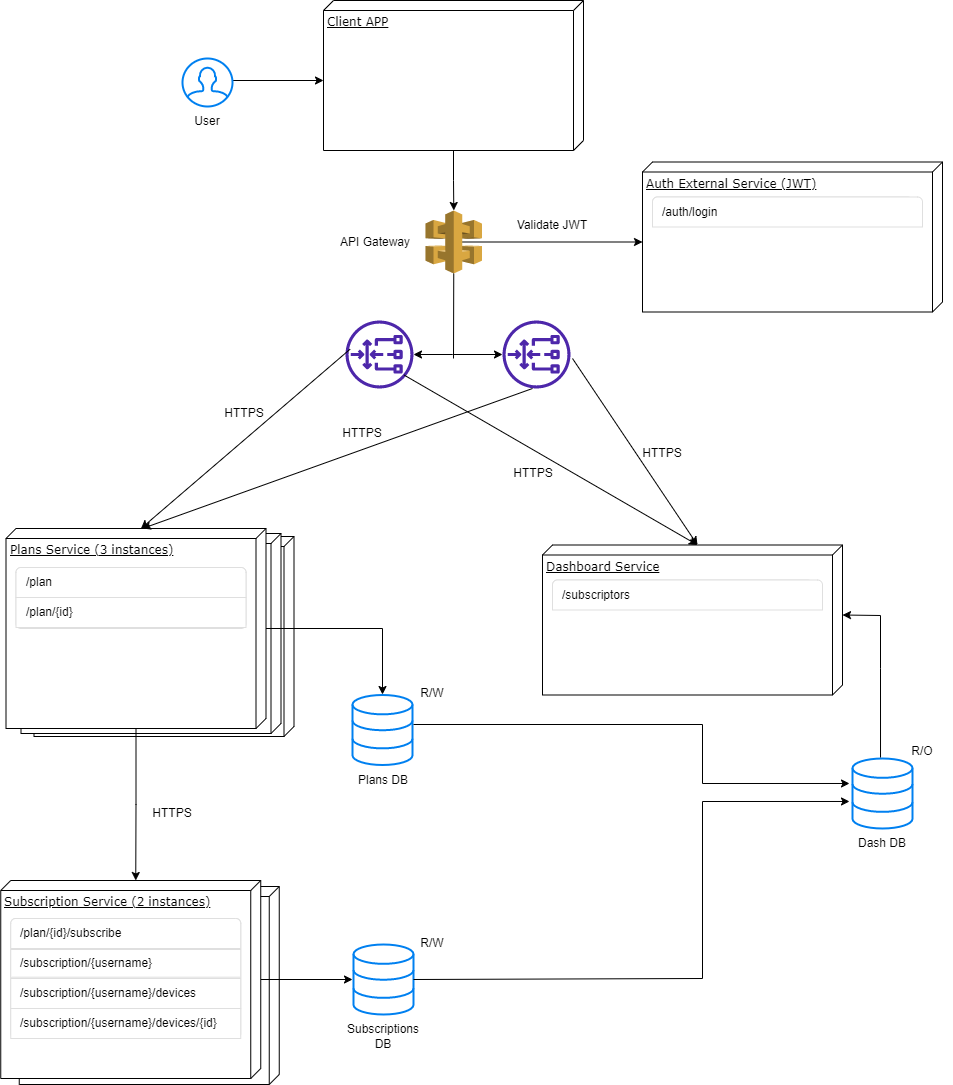
Before: docs/architecture.drawio.png, a diagram exported from draw.io (JoaoBruno09/los-bandoleros). Source tidied: cells renumbered, new cells last; positions are measured from the earlier drawing's top-left corner, leaving out a move shared by most shapes.
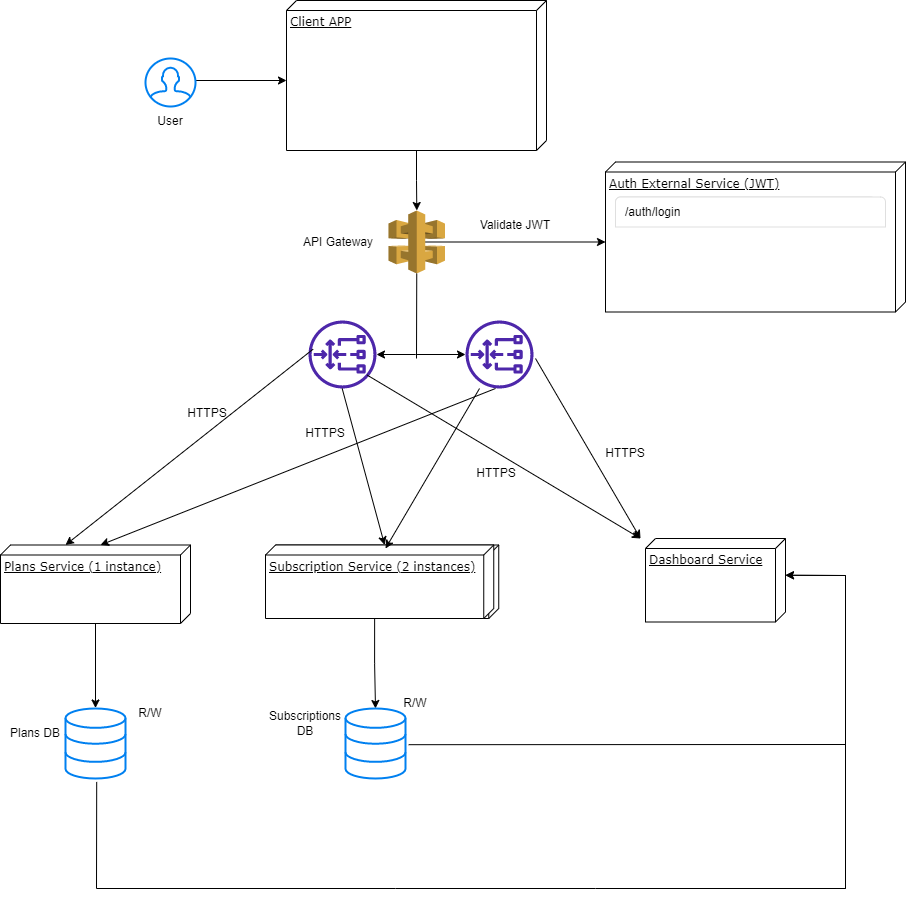
After the commit.

Diff of the diagram source:
```diff
@@ -3,22 +3,13 @@
     <mxCell id="0" />
     <mxCell id="1" parent="0" />
     <mxCell id="2" style="verticalAlign=top;align=left;spacingTop=8;spacingLeft=2;spacingRight=12;shape=cube;size=10;direction=south;fontStyle=4;html=1;rounded=0;shadow=0;comic=0;labelBackgroundColor=none;strokeWidth=1;fontFamily=Verdana;fontSize=12;" parent="1" vertex="1">
-      <mxGeometry x="18.8" y="886" width="260" height="198" as="geometry" />
+      <mxGeometry x="303" y="544.5" width="232.2" height="73.5" as="geometry" />
     </mxCell>
-    <mxCell id="3" style="verticalAlign=top;align=left;spacingTop=8;spacingLeft=2;spacingRight=12;shape=cube;size=10;direction=south;fontStyle=4;html=1;rounded=0;shadow=0;comic=0;labelBackgroundColor=none;strokeWidth=1;fontFamily=Verdana;fontSize=12;" parent="1" vertex="1">
-      <mxGeometry x="33.5" y="536" width="260" height="200" as="geometry" />
-    </mxCell>
-    <mxCell id="4" value="Plans Service" style="verticalAlign=top;align=left;spacingTop=8;spacingLeft=2;spacingRight=12;shape=cube;size=10;direction=south;fontStyle=4;html=1;rounded=0;shadow=0;comic=0;labelBackgroundColor=none;strokeWidth=1;fontFamily=Verdana;fontSize=12;" parent="1" vertex="1">
-      <mxGeometry x="20.5" y="533" width="260" height="200" as="geometry" />
-    </mxCell>
-    <mxCell id="5" style="edgeStyle=orthogonalEdgeStyle;rounded=0;jettySize=auto;html=1;entryX=0;entryY=0;entryDx=0;entryDy=125;entryPerimeter=0;" parent="1" edge="1" source="7" target="12">
-      <mxGeometry relative="1" as="geometry" />
-    </mxCell>
     <mxCell id="6" style="edgeStyle=orthogonalEdgeStyle;rounded=0;jettySize=auto;html=1;entryX=0.5;entryY=-0.007;entryDx=0;entryDy=0;entryPerimeter=0;" parent="1" edge="1" source="7" target="48">
       <mxGeometry relative="1" as="geometry" />
     </mxCell>
-    <mxCell id="7" value="Plans Service (3 instances)" style="verticalAlign=top;align=left;spacingTop=8;spacingLeft=2;spacingRight=12;shape=cube;size=10;direction=south;fontStyle=4;html=1;rounded=0;shadow=0;comic=0;labelBackgroundColor=none;strokeWidth=1;fontFamily=Verdana;fontSize=12;" parent="1" vertex="1">
-      <mxGeometry x="5.5" y="528" width="260" height="200" as="geometry" />
+    <mxCell id="7" value="Plans Service (1 instance)" style="verticalAlign=top;align=left;spacingTop=8;spacingLeft=2;spacingRight=12;shape=cube;size=10;direction=south;fontStyle=4;html=1;rounded=0;shadow=0;comic=0;labelBackgroundColor=none;strokeWidth=1;fontFamily=Verdana;fontSize=12;" parent="1" vertex="1">
+      <mxGeometry x="37" y="544.5" width="190" height="78.5" as="geometry" />
     </mxCell>
     <mxCell id="8" style="edgeStyle=orthogonalEdgeStyle;rounded=0;jettySize=auto;html=1;" parent="1" edge="1" source="9" target="21">
       <mxGeometry relative="1" as="geometry" />
@@ -31,35 +22,24 @@
         <mxPoint x="228" y="80" as="sourcePoint" />
       </mxGeometry>
     </mxCell>
-    <mxCell id="11" style="edgeStyle=orthogonalEdgeStyle;rounded=0;jettySize=auto;html=1;" parent="1" edge="1" source="12">
-      <mxGeometry relative="1" as="geometry">
-        <mxPoint x="352" y="979" as="targetPoint" />
-      </mxGeometry>
-    </mxCell>
+    <mxCell id="59" style="edgeStyle=orthogonalEdgeStyle;rounded=0;jettySize=auto;html=1;exitX=0;exitY=0;exitDx=73.5;exitDy=119.125;exitPerimeter=0;" parent="1" edge="1" source="12" target="49">
+      <mxGeometry relative="1" as="geometry" />
+    </mxCell>
     <mxCell id="12" value="Subscription Service (2 instances)" style="verticalAlign=top;align=left;spacingTop=8;spacingLeft=2;spacingRight=12;shape=cube;size=10;direction=south;fontStyle=4;html=1;rounded=0;shadow=0;comic=0;labelBackgroundColor=none;strokeWidth=1;fontFamily=Verdana;fontSize=12;" parent="1" vertex="1">
-      <mxGeometry x="0.2" y="880" width="260" height="198" as="geometry" />
+      <mxGeometry x="302" y="544.5" width="228.2" height="73.5" as="geometry" />
     </mxCell>
     <mxCell id="13" value="HTTPS" style="text;html=1;strokeColor=none;fillColor=none;align=center;verticalAlign=middle;whiteSpace=wrap;rounded=0;" parent="1" vertex="1">
       <mxGeometry x="312" y="418" width="100" height="30" as="geometry" />
     </mxCell>
     <mxCell id="14" value="Dashboard Service" style="verticalAlign=top;align=left;spacingTop=8;spacingLeft=2;spacingRight=12;shape=cube;size=10;direction=south;fontStyle=4;html=1;rounded=0;shadow=0;comic=0;labelBackgroundColor=none;strokeWidth=1;fontFamily=Verdana;fontSize=12;" parent="1" vertex="1">
-      <mxGeometry x="542" y="544.5" width="300" height="150" as="geometry" />
+      <mxGeometry x="682" y="538" width="140" height="83.5" as="geometry" />
     </mxCell>
     <mxCell id="15" value="HTTPS" style="text;html=1;strokeColor=none;fillColor=none;align=center;verticalAlign=middle;whiteSpace=wrap;rounded=0;" parent="1" vertex="1">
       <mxGeometry x="193.5" y="398" width="100" height="30" as="geometry" />
     </mxCell>
-    <mxCell id="16" value="HTTPS" style="text;html=1;strokeColor=none;fillColor=none;align=center;verticalAlign=middle;whiteSpace=wrap;rounded=0;" parent="1" vertex="1">
-      <mxGeometry x="122" y="798" width="100" height="30" as="geometry" />
-    </mxCell>
     <mxCell id="17" value="R/W" style="text;html=1;strokeColor=none;fillColor=none;align=center;verticalAlign=middle;whiteSpace=wrap;rounded=0;" parent="1" vertex="1">
-      <mxGeometry x="402" y="678" width="60" height="30" as="geometry" />
+      <mxGeometry x="157" y="698" width="60" height="30" as="geometry" />
     </mxCell>
-    <mxCell id="18" value="R/W" style="text;html=1;strokeColor=none;fillColor=none;align=center;verticalAlign=middle;whiteSpace=wrap;rounded=0;" parent="1" vertex="1">
-      <mxGeometry x="402" y="928" width="60" height="30" as="geometry" />
-    </mxCell>
-    <mxCell id="19" value="R/O" style="text;html=1;strokeColor=none;fillColor=none;align=center;verticalAlign=middle;whiteSpace=wrap;rounded=0;" parent="1" vertex="1">
-      <mxGeometry x="892" y="736" width="60" height="30" as="geometry" />
-    </mxCell>
     <mxCell id="20" style="edgeStyle=orthogonalEdgeStyle;rounded=0;jettySize=auto;html=1;exitX=0.65;exitY=0.5;exitDx=0;exitDy=0;exitPerimeter=0;entryX=0;entryY=0;entryDx=80;entryDy=300;entryPerimeter=0;" parent="1" edge="1" source="21" target="44">
       <mxGeometry relative="1" as="geometry" />
     </mxCell>
@@ -69,23 +49,6 @@
     <mxCell id="22" value="API Gateway" style="text;html=1;strokeColor=none;fillColor=none;align=center;verticalAlign=middle;whiteSpace=wrap;rounded=0;" parent="1" vertex="1">
       <mxGeometry x="325" y="226.5" width="100" height="30" as="geometry" />
     </mxCell>
-    <mxCell id="23" style="html=1;shadow=0;dashed=0;shape=mxgraph.bootstrap.rrect;rSize=5;strokeColor=#DFDFDF;html=1;whiteSpace=wrap;fillColor=#FFFFFF;fontColor=#000000;fontFamily=Helvetica;fontSize=12;" parent="1" vertex="1">
-      <mxGeometry x="15.5" y="567" width="230" height="61" as="geometry" />
-    </mxCell>
-    <mxCell id="24" value="/plan" style="strokeColor=inherit;fillColor=inherit;gradientColor=inherit;fontColor=inherit;html=1;shadow=0;dashed=0;shape=mxgraph.bootstrap.topButton;rSize=5;perimeter=none;whiteSpace=wrap;align=left;spacing=10;fontFamily=Helvetica;fontSize=12;" parent="23" vertex="1">
-      <mxGeometry width="230" height="30" relative="1" as="geometry" />
-    </mxCell>
-    <mxCell id="25" value="/plan/{id}" style="strokeColor=inherit;fillColor=inherit;gradientColor=inherit;fontColor=inherit;html=1;shadow=0;dashed=0;perimeter=none;whiteSpace=wrap;align=left;spacing=10;fontFamily=Helvetica;fontSize=12;" parent="23" vertex="1">
-      <mxGeometry width="230" height="30" relative="1" as="geometry">
-        <mxPoint y="30" as="offset" />
-      </mxGeometry>
-    </mxCell>
-    <mxCell id="26" style="html=1;shadow=0;dashed=0;shape=mxgraph.bootstrap.rrect;rSize=5;strokeColor=#DFDFDF;html=1;whiteSpace=wrap;fillColor=#FFFFFF;fontColor=#000000;fontFamily=Helvetica;fontSize=12;" parent="1" vertex="1">
-      <mxGeometry x="552" y="579.5" width="260" height="28.5" as="geometry" />
-    </mxCell>
-    <mxCell id="27" value="/subscriptors" style="strokeColor=inherit;fillColor=inherit;gradientColor=inherit;fontColor=inherit;html=1;shadow=0;dashed=0;shape=mxgraph.bootstrap.topButton;rSize=5;perimeter=none;whiteSpace=wrap;align=left;spacing=10;fontFamily=Helvetica;fontSize=12;" parent="26" vertex="1">
-      <mxGeometry width="270" height="30" relative="1" as="geometry" />
-    </mxCell>
     <mxCell id="28" style="sketch=0;outlineConnect=0;fontColor=#232F3E;gradientColor=none;fillColor=#4D27AA;strokeColor=none;dashed=0;verticalLabelPosition=bottom;verticalAlign=top;align=center;html=1;fontSize=12;fontStyle=0;shape=mxgraph.aws4.gateway_load_balancer;" parent="1" vertex="1">
       <mxGeometry x="345" y="320" width="68" height="68" as="geometry" />
     </mxCell>
@@ -115,10 +78,8 @@
         <mxPoint x="572" y="358" as="sourcePoint" />
       </mxGeometry>
     </mxCell>
-    <mxCell id="35" style="endArrow=classic;html=1;rounded=0;exitX=0.441;exitY=1;exitDx=0;exitDy=0;exitPerimeter=0;" parent="1" edge="1" source="29">
-      <mxGeometry relative="1" as="geometry">
-        <mxPoint x="142" y="528" as="targetPoint" />
-      </mxGeometry>
+    <mxCell id="35" style="endArrow=classic;html=1;rounded=0;exitX=0.441;exitY=1;exitDx=0;exitDy=0;exitPerimeter=0;entryX=0;entryY=0;entryDx=0;entryDy=90;entryPerimeter=0;" parent="1" edge="1" source="29" target="7">
+      <mxGeometry relative="1" as="geometry" />
     </mxCell>
     <mxCell id="36" style="endArrow=classic;html=1;rounded=0;exitX=0.863;exitY=0.803;exitDx=0;exitDy=0;exitPerimeter=0;entryX=0;entryY=0;entryDx=0;entryDy=145;entryPerimeter=0;" parent="1" edge="1" source="28" target="14">
       <mxGeometry relative="1" as="geometry" />
@@ -129,25 +90,6 @@
     <mxCell id="38" value="HTTPS" style="text;html=1;strokeColor=none;fillColor=none;align=center;verticalAlign=middle;whiteSpace=wrap;rounded=0;" parent="1" vertex="1">
       <mxGeometry x="483" y="458" width="100" height="30" as="geometry" />
     </mxCell>
-    <mxCell id="39" style="html=1;shadow=0;dashed=0;shape=mxgraph.bootstrap.rrect;rSize=5;strokeColor=#DFDFDF;html=1;whiteSpace=wrap;fillColor=#FFFFFF;fontColor=#000000;fontFamily=Helvetica;fontSize=12;" parent="1" vertex="1">
-      <mxGeometry x="10.2" y="918" width="230" height="120" as="geometry" />
-    </mxCell>
-    <mxCell id="40" value="/plan/{id}/subscribe" style="strokeColor=inherit;fillColor=inherit;gradientColor=inherit;fontColor=inherit;html=1;shadow=0;dashed=0;shape=mxgraph.bootstrap.topButton;rSize=5;perimeter=none;whiteSpace=wrap;align=left;spacing=10;fontFamily=Helvetica;fontSize=12;" parent="39" vertex="1">
-      <mxGeometry width="230" height="30" relative="1" as="geometry" />
-    </mxCell>
-    <mxCell id="41" value="/subscription/{username}/devices" style="strokeColor=inherit;fillColor=inherit;gradientColor=inherit;fontColor=inherit;html=1;shadow=0;dashed=0;perimeter=none;whiteSpace=wrap;align=left;spacing=10;fontFamily=Helvetica;fontSize=12;" parent="39" vertex="1">
-      <mxGeometry width="230" height="30" relative="1" as="geometry">
-        <mxPoint y="60" as="offset" />
-      </mxGeometry>
-    </mxCell>
-    <mxCell id="42" value="/subscription/{username}/devices/{id}" style="strokeColor=inherit;fillColor=inherit;gradientColor=inherit;fontColor=inherit;html=1;shadow=0;dashed=0;perimeter=none;whiteSpace=wrap;align=left;spacing=10;fontFamily=Helvetica;fontSize=12;" parent="39" vertex="1">
-      <mxGeometry width="230" height="30" relative="1" as="geometry">
-        <mxPoint y="90" as="offset" />
-      </mxGeometry>
-    </mxCell>
-    <mxCell id="43" value="/subscription/{username}" style="strokeColor=inherit;fillColor=inherit;gradientColor=inherit;fontColor=inherit;html=1;shadow=0;dashed=0;perimeter=none;whiteSpace=wrap;align=left;spacing=10;fontFamily=Helvetica;fontSize=12;" parent="39" vertex="1">
-      <mxGeometry y="31" width="230" height="27.7" as="geometry" />
-    </mxCell>
     <mxCell id="44" value="Auth External Service (JWT)" style="verticalAlign=top;align=left;spacingTop=8;spacingLeft=2;spacingRight=12;shape=cube;size=10;direction=south;fontStyle=4;html=1;rounded=0;shadow=0;comic=0;labelBackgroundColor=none;strokeWidth=1;fontFamily=Verdana;fontSize=12;" parent="1" vertex="1">
       <mxGeometry x="642" y="161.5" width="300" height="150" as="geometry" />
     </mxCell>
@@ -157,49 +99,29 @@
     <mxCell id="46" value="/auth/login" style="strokeColor=inherit;fillColor=inherit;gradientColor=inherit;fontColor=inherit;html=1;shadow=0;dashed=0;shape=mxgraph.bootstrap.topButton;rSize=5;perimeter=none;whiteSpace=wrap;align=left;spacing=10;fontFamily=Helvetica;fontSize=12;" parent="45" vertex="1">
       <mxGeometry width="270" height="30" relative="1" as="geometry" />
     </mxCell>
-    <mxCell id="47" style="html=1;verticalLabelPosition=bottom;align=center;labelBackgroundColor=#ffffff;verticalAlign=top;strokeWidth=2;strokeColor=#0080F0;shadow=0;dashed=0;shape=mxgraph.ios7.icons.data;" parent="1" vertex="1">
-      <mxGeometry x="852" y="758" width="60" height="70" as="geometry" />
-    </mxCell>
     <mxCell id="48" style="html=1;verticalLabelPosition=bottom;align=center;labelBackgroundColor=#ffffff;verticalAlign=top;strokeWidth=2;strokeColor=#0080F0;shadow=0;dashed=0;shape=mxgraph.ios7.icons.data;" parent="1" vertex="1">
-      <mxGeometry x="352" y="694.5" width="60" height="70" as="geometry" />
+      <mxGeometry x="102" y="708" width="60" height="70" as="geometry" />
     </mxCell>
     <mxCell id="49" style="html=1;verticalLabelPosition=bottom;align=center;labelBackgroundColor=#ffffff;verticalAlign=top;strokeWidth=2;strokeColor=#0080F0;shadow=0;dashed=0;shape=mxgraph.ios7.icons.data;" parent="1" vertex="1">
-      <mxGeometry x="353" y="944" width="60" height="70" as="geometry" />
+      <mxGeometry x="382" y="708" width="60" height="70" as="geometry" />
     </mxCell>
-    <mxCell id="50" style="endArrow=classic;html=1;rounded=0;exitX=1.017;exitY=0.45;exitDx=0;exitDy=0;exitPerimeter=0;entryX=-0.05;entryY=0.357;entryDx=0;entryDy=0;entryPerimeter=0;" parent="1" edge="1" target="47">
-      <mxGeometry relative="1" as="geometry">
-        <mxPoint x="413" y="724" as="sourcePoint" />
-        <Array as="points">
-          <mxPoint x="702" y="724" />
-          <mxPoint x="702" y="783" />
-        </Array>
-      </mxGeometry>
-    </mxCell>
-    <mxCell id="51" style="endArrow=classic;html=1;rounded=0;exitX=1;exitY=0.5;exitDx=0;exitDy=0;exitPerimeter=0;entryX=-0.05;entryY=0.614;entryDx=0;entryDy=0;entryPerimeter=0;" parent="1" edge="1" source="49" target="47">
-      <mxGeometry relative="1" as="geometry">
-        <Array as="points">
-          <mxPoint x="702" y="978" />
-          <mxPoint x="702" y="801" />
-        </Array>
-      </mxGeometry>
-    </mxCell>
-    <mxCell id="52" style="endArrow=classic;html=1;rounded=0;exitX=0.467;exitY=-0.014;exitDx=0;exitDy=0;exitPerimeter=0;entryX=0;entryY=0;entryDx=70;entryDy=0;entryPerimeter=0;" parent="1" edge="1" source="47" target="14">
+    <mxCell id="52" style="endArrow=classic;html=1;rounded=0;entryX=0;entryY=0;entryDx=36.75;entryDy=0;entryPerimeter=0;exitX=0.52;exitY=1.049;exitDx=0;exitDy=0;exitPerimeter=0;" parent="1" edge="1" source="48" target="14">
       <mxGeometry relative="1" as="geometry">
         <Array as="points">
-          <mxPoint x="880" y="668" />
-          <mxPoint x="880" y="615" />
+          <mxPoint x="133" y="888" />
+          <mxPoint x="432" y="888" />
+          <mxPoint x="632" y="888" />
+          <mxPoint x="882" y="888" />
+          <mxPoint x="882" y="575" />
         </Array>
       </mxGeometry>
     </mxCell>
     <mxCell id="53" value="Plans DB" style="text;html=1;strokeColor=none;fillColor=none;align=center;verticalAlign=middle;whiteSpace=wrap;rounded=0;" parent="1" vertex="1">
-      <mxGeometry x="353" y="764.5" width="60" height="30" as="geometry" />
+      <mxGeometry x="42" y="718" width="60" height="30" as="geometry" />
     </mxCell>
     <mxCell id="54" value="Subscriptions DB" style="text;html=1;strokeColor=none;fillColor=none;align=center;verticalAlign=middle;whiteSpace=wrap;rounded=0;" parent="1" vertex="1">
-      <mxGeometry x="353" y="1021" width="60" height="30" as="geometry" />
+      <mxGeometry x="312" y="708" width="60" height="30" as="geometry" />
     </mxCell>
-    <mxCell id="55" value="Dash DB" style="text;html=1;strokeColor=none;fillColor=none;align=center;verticalAlign=middle;whiteSpace=wrap;rounded=0;" parent="1" vertex="1">
-      <mxGeometry x="852" y="828" width="60" height="30" as="geometry" />
-    </mxCell>
     <mxCell id="56" value="Validate JWT" style="text;html=1;strokeColor=none;fillColor=none;align=center;verticalAlign=middle;whiteSpace=wrap;rounded=0;" parent="1" vertex="1">
       <mxGeometry x="502" y="210" width="100" height="30" as="geometry" />
     </mxCell>
@@ -209,5 +131,27 @@
     <mxCell id="58" value="User" style="text;html=1;strokeColor=none;fillColor=none;align=center;verticalAlign=middle;whiteSpace=wrap;rounded=0;" parent="1" vertex="1">
       <mxGeometry x="157" y="106" width="100" height="30" as="geometry" />
     </mxCell>
+    <mxCell id="60" style="endArrow=classic;html=1;rounded=0;exitX=1.053;exitY=0.517;exitDx=0;exitDy=0;exitPerimeter=0;entryX=0;entryY=0;entryDx=36.75;entryDy=0;entryPerimeter=0;" parent="1" edge="1" source="49" target="14">
+      <mxGeometry relative="1" as="geometry">
+        <Array as="points">
+          <mxPoint x="882" y="744" />
+          <mxPoint x="882" y="888" />
+          <mxPoint x="882" y="575" />
+        </Array>
+      </mxGeometry>
+    </mxCell>
+    <mxCell id="18" value="R/W" style="text;html=1;strokeColor=none;fillColor=none;align=center;verticalAlign=middle;whiteSpace=wrap;rounded=0;" parent="1" vertex="1">
+      <mxGeometry x="421.5" y="688" width="60" height="30" as="geometry" />
+    </mxCell>
+    <mxCell id="61" style="endArrow=classic;html=1;rounded=0;exitX=0.863;exitY=0.803;exitDx=0;exitDy=0;exitPerimeter=0;entryX=0;entryY=0;entryDx=0;entryDy=109.125;entryPerimeter=0;" parent="1" edge="1" target="12">
+      <mxGeometry relative="1" as="geometry">
+        <mxPoint x="378.7" y="388" as="sourcePoint" />
+      </mxGeometry>
+    </mxCell>
+    <mxCell id="62" style="endArrow=classic;html=1;rounded=0;" parent="1" edge="1" source="29">
+      <mxGeometry relative="1" as="geometry">
+        <mxPoint x="422" y="548" as="targetPoint" />
+      </mxGeometry>
+    </mxCell>
   </root>
 </mxGraphModel>
```
